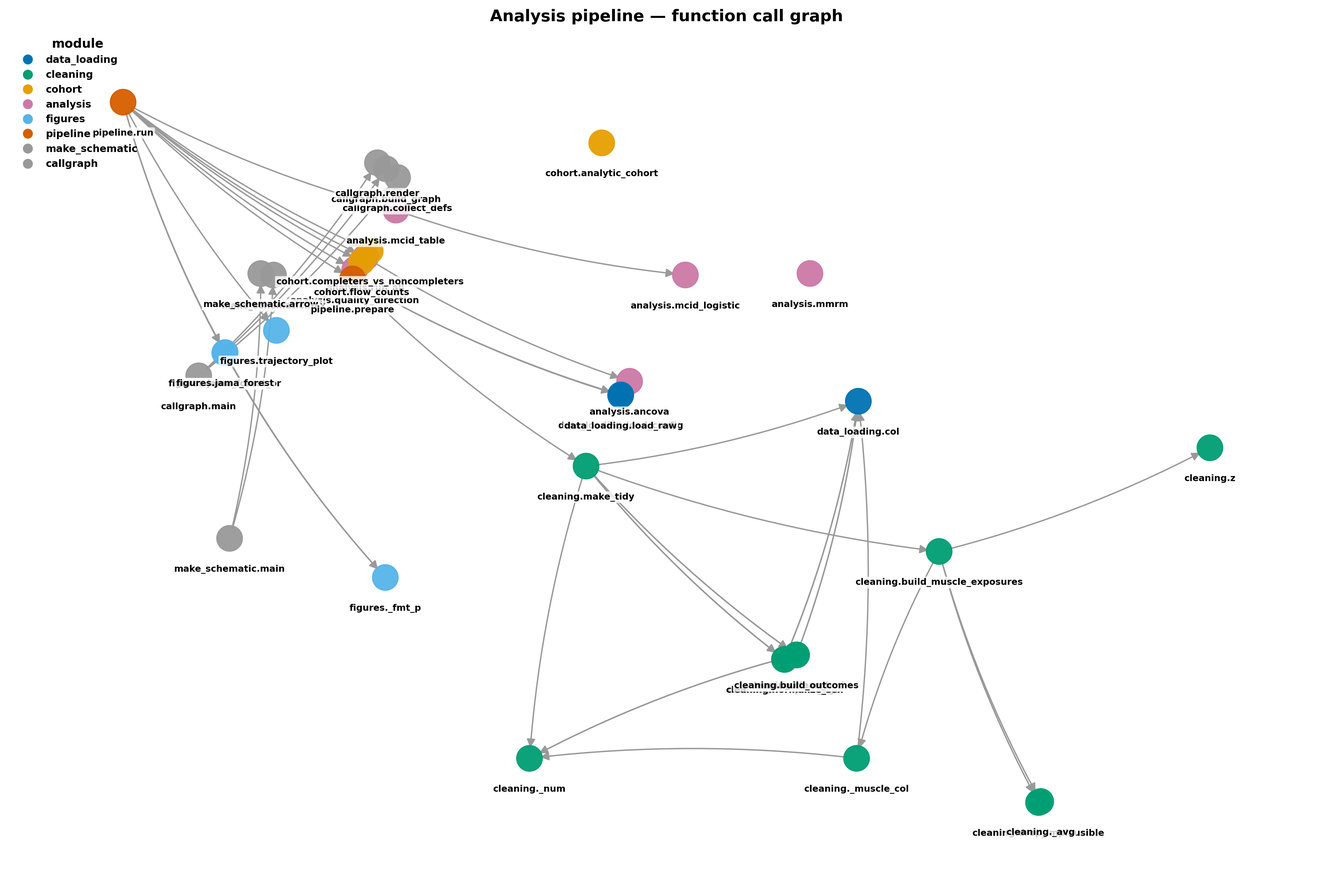
This is docs/callgraph.png from nielspac177/lumbar-muscle-pro, a Mermaid export, as it was before one commit. Its source is kept beside it as docs/callgraph.mmd.
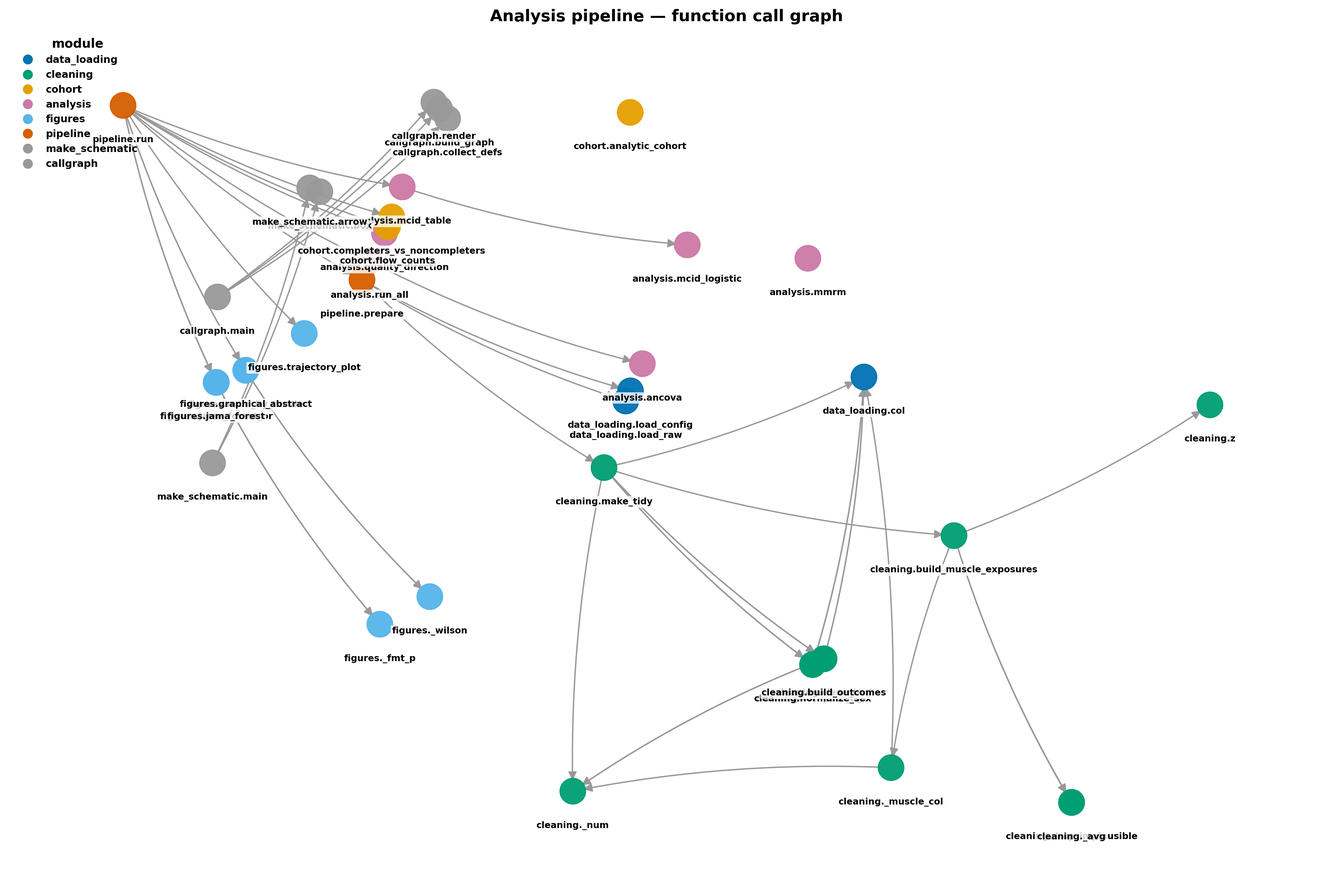
The same diagram one commit later.

Diff of the diagram source:
```diff
@@ -23,10 +23,14 @@
     pipeline_run["pipeline.run"] --> analysis_mcid_table["analysis.mcid_table"]
     pipeline_run["pipeline.run"] --> figures_jama_forest_or["figures.jama_forest_or"]
     pipeline_run["pipeline.run"] --> figures_jama_forest["figures.jama_forest"]
+    pipeline_run["pipeline.run"] --> figures_mcid_by_tertile["figures.mcid_by_tertile"]
+    pipeline_run["pipeline.run"] --> figures_graphical_abstract["figures.graphical_abstract"]
     pipeline_run["pipeline.run"] --> figures_trajectory_plot["figures.trajectory_plot"]
     pipeline_run["pipeline.run"] --> cohort_completers_vs_noncompleters["cohort.completers_vs_noncompleters"]
     figures_jama_forest_or["figures.jama_forest_or"] --> figures__fmt_p["figures._fmt_p"]
     figures_jama_forest["figures.jama_forest"] --> figures__fmt_p["figures._fmt_p"]
+    figures_mcid_by_tertile["figures.mcid_by_tertile"] --> figures__wilson["figures._wilson"]
+    figures_graphical_abstract["figures.graphical_abstract"] --> figures__wilson["figures._wilson"]
     cleaning__muscle_col["cleaning._muscle_col"] --> cleaning__num["cleaning._num"]
     cleaning__muscle_col["cleaning._muscle_col"] --> data_loading_col["data_loading.col"]
     cleaning_compute_age["cleaning.compute_age"] --> data_loading_col["data_loading.col"]
```
